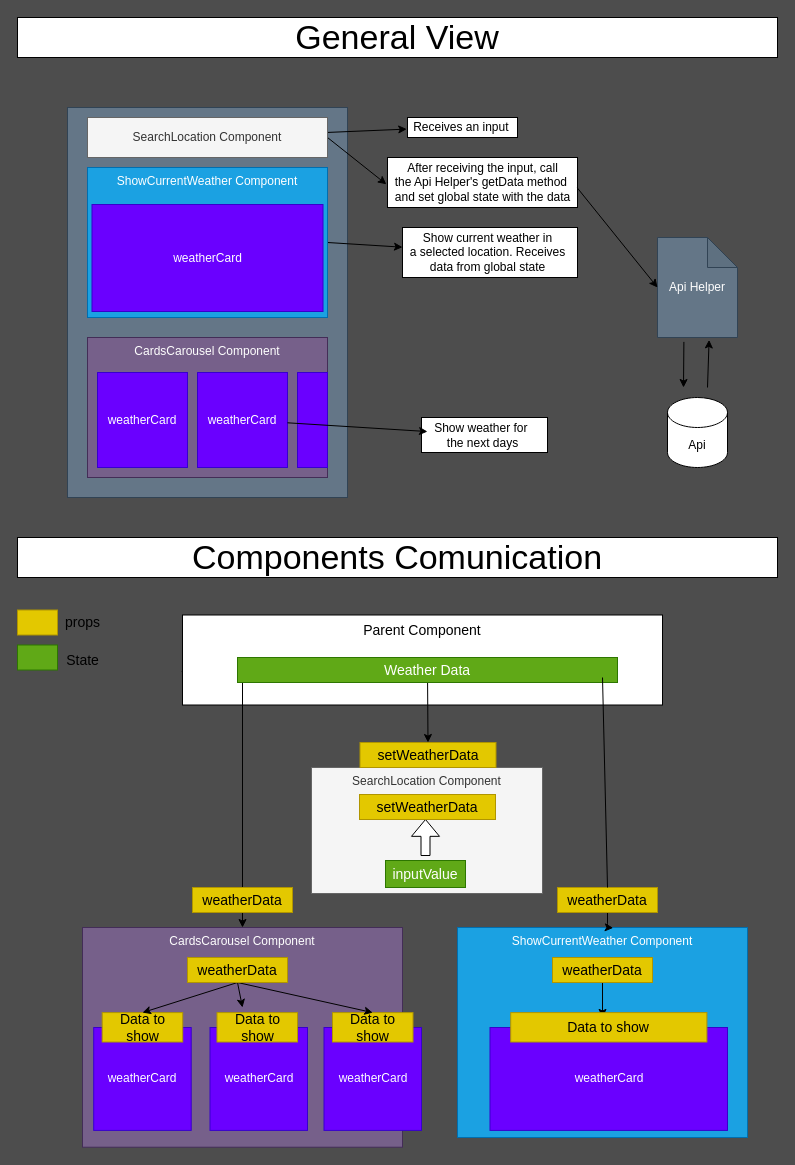
FelipeAnony/weather.io keeps this draw.io diagram as documentation/flowchart.drawio. Above is the earlier version. Source tidied: cells renumbered, new cells numbered last; positions are measured from the earlier drawing's top-left corner, leaving out a move shared by most shapes. Both pictures are drawn from the tidied source at 100%, with x=0, y=0 at pixel (17, 17).
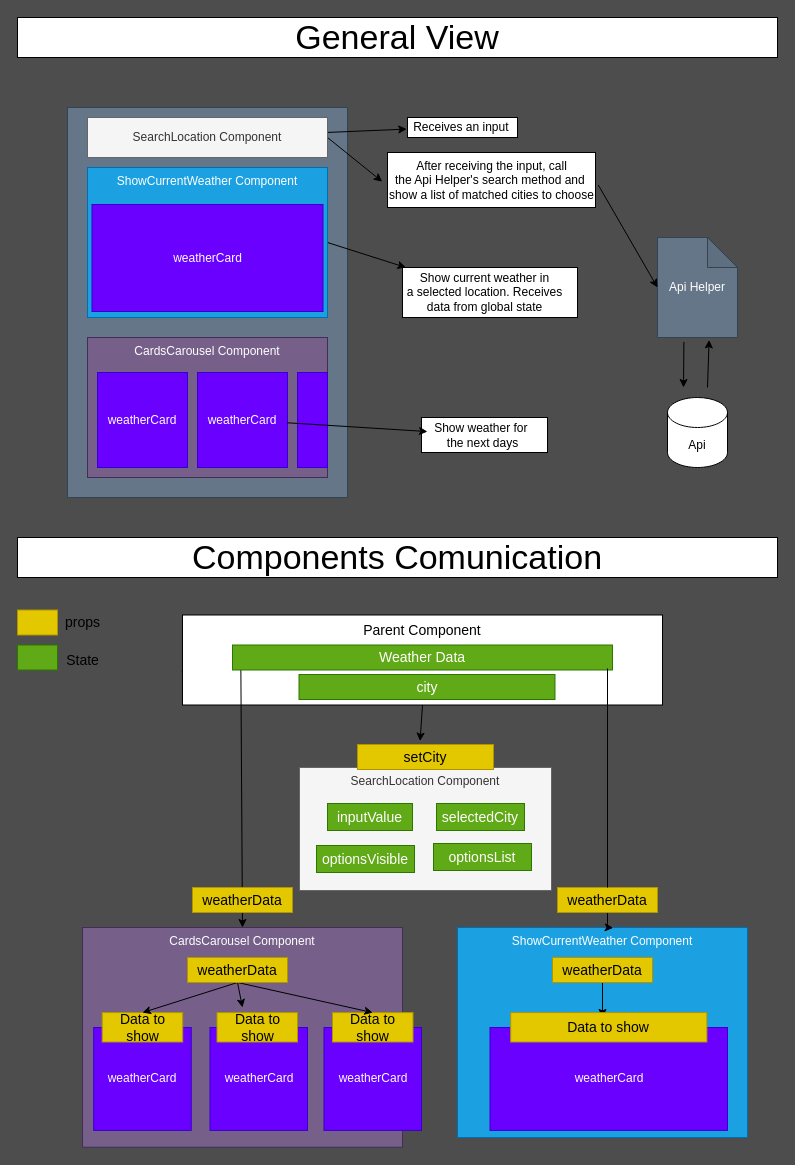
After the change.

The change refers to these unchanged cells:
```xml
<mxCell id="35" value="Parent Component" style="rounded=0;whiteSpace=wrap;html=1;fontSize=14;verticalAlign=top;" parent="1" vertex="1">
  <mxGeometry x="165" y="597.5" width="480" height="90" as="geometry" />
</mxCell>
<mxCell id="41" value="CardsCarousel Component" style="rounded=0;whiteSpace=wrap;html=1;verticalAlign=top;fillColor=#76608a;fontColor=#ffffff;strokeColor=#432D57;" parent="1" vertex="1">
  <mxGeometry x="65" y="910" width="320" height="219.7" as="geometry" />
</mxCell>
<mxCell id="60" value="weatherData" style="rounded=0;whiteSpace=wrap;html=1;fontSize=14;fillColor=#e3c800;fontColor=#000000;strokeColor=#B09500;" parent="1" vertex="1">
  <mxGeometry x="540" y="870" width="100" height="25" as="geometry" />
</mxCell>
```

What changed in the source:
```diff
@@
     <mxCell id="3" style="rounded=0;whiteSpace=wrap;html=1;" parent="1" vertex="1">
-      <mxGeometry x="385" y="210" width="175" height="50" as="geometry" />
+      <mxGeometry x="385" y="250" width="175" height="50" as="geometry" />
     </mxCell>
@@
     <mxCell id="5" style="rounded=0;whiteSpace=wrap;html=1;" parent="1" vertex="1">
-      <mxGeometry x="370" y="140" width="190" height="50" as="geometry" />
+      <mxGeometry x="370" y="135" width="208" height="55" as="geometry" />
     </mxCell>
@@
     <mxCell id="19" value="Show current weather in &lt;br&gt;a selected&amp;nbsp;location. Receives&lt;br&gt;data from global state" style="text;html=1;align=center;verticalAlign=middle;points=[];strokeColor=none;fillColor=none;" parent="1" vertex="1">
-      <mxGeometry x="385" y="210" width="170" height="50" as="geometry" />
+      <mxGeometry x="382" y="250" width="170" height="50" as="geometry" />
     </mxCell>
@@
-    <mxCell id="23" value="After receiving the input, call &lt;br&gt;the Api Helper's getData method&amp;nbsp;&lt;br&gt;and set global state with the data" style="text;html=1;align=center;verticalAlign=middle;points=[];strokeColor=none;fillColor=none;" parent="1" vertex="1">
-      <mxGeometry x="370" y="140" width="190" height="50" as="geometry" />
+    <mxCell id="23" value="After receiving the input, call &lt;br&gt;the Api Helper's search method and&amp;nbsp;&lt;br&gt;show a list of matched cities to choose" style="text;html=1;align=center;verticalAlign=middle;points=[];strokeColor=none;fillColor=none;" parent="1" vertex="1">
+      <mxGeometry x="366" y="139.5" width="215" height="46" as="geometry" />
     </mxCell>
@@
     <mxCell id="28" value="SearchLocation Component" style="rounded=0;whiteSpace=wrap;html=1;fillColor=#f5f5f5;strokeColor=#666666;fontColor=#333333;horizontal=1;verticalAlign=top;" parent="1" vertex="1">
-      <mxGeometry x="294" y="750" width="231" height="126" as="geometry" />
+      <mxGeometry x="282" y="750" width="252" height="123" as="geometry" />
     </mxCell>
@@
-    <mxCell id="37" style="edgeStyle=none;html=1;entryX=0.5;entryY=0;entryDx=0;entryDy=0;fontSize=14;" parent="1" edge="1" target="41">
-      <mxGeometry relative="1" as="geometry">
-        <mxPoint x="225" y="660" as="sourcePoint" />
-      </mxGeometry>
+    <mxCell id="37" style="edgeStyle=none;html=1;entryX=0.5;entryY=0;entryDx=0;entryDy=0;fontSize=14;exitX=0.022;exitY=0.98;exitDx=0;exitDy=0;exitPerimeter=0;" parent="1" edge="1" source="39" target="41">
+      <mxGeometry relative="1" as="geometry" />
     </mxCell>
-    <mxCell id="38" style="edgeStyle=none;html=1;entryX=0.5;entryY=0;entryDx=0;entryDy=0;" parent="1" edge="1" source="39" target="57">
+    <mxCell id="38" style="edgeStyle=none;html=1;exitX=0.5;exitY=1;exitDx=0;exitDy=0;entryX=0.46;entryY=-0.136;entryDx=0;entryDy=0;entryPerimeter=0;" parent="1" edge="1" source="35" target="57">
       <mxGeometry relative="1" as="geometry" />
     </mxCell>
     <mxCell id="39" value="Weather Data" style="rounded=0;whiteSpace=wrap;html=1;fontSize=14;fillColor=#60a917;strokeColor=#2D7600;fontColor=#ffffff;" parent="1" vertex="1">
-      <mxGeometry x="220" y="640" width="380" height="25" as="geometry" />
+      <mxGeometry x="215" y="627.5" width="380" height="25" as="geometry" />
     </mxCell>
     <mxCell id="40" value="inputValue" style="rounded=0;whiteSpace=wrap;html=1;fontSize=14;fillColor=#60a917;strokeColor=#2D7600;fontColor=#ffffff;" parent="1" vertex="1">
-      <mxGeometry x="368" y="843" width="80" height="27" as="geometry" />
+      <mxGeometry x="310" y="786" width="85" height="27" as="geometry" />
     </mxCell>
@@
-    <mxCell id="57" value="setWeatherData" style="rounded=0;whiteSpace=wrap;html=1;fontSize=14;fillColor=#e3c800;fontColor=#000000;strokeColor=#B09500;" parent="1" vertex="1">
-      <mxGeometry x="342.5" y="725" width="136" height="25" as="geometry" />
+    <mxCell id="57" value="setCity" style="rounded=0;whiteSpace=wrap;html=1;fontSize=14;fillColor=#e3c800;fontColor=#000000;strokeColor=#B09500;" parent="1" vertex="1">
+      <mxGeometry x="340" y="727" width="136" height="25" as="geometry" />
     </mxCell>
-    <mxCell id="58" style="shape=singleArrow;whiteSpace=wrap;html=1;arrowWidth=0.32142857142857145;arrowSize=0.467742919921875;rotation=-90;" parent="1" vertex="1">
-      <mxGeometry x="390" y="806" width="36" height="28" as="geometry" />
-    </mxCell>
-    <mxCell id="59" value="setWeatherData" style="rounded=0;whiteSpace=wrap;html=1;fontSize=14;fillColor=#e3c800;fontColor=#000000;strokeColor=#B09500;" parent="1" vertex="1">
-      <mxGeometry x="342" y="777" width="136" height="25" as="geometry" />
-    </mxCell>
@@
     <mxCell id="61" style="edgeStyle=none;html=1;entryX=0.5;entryY=0;entryDx=0;entryDy=0;fontSize=14;endArrow=none;" parent="1" edge="1" target="60">
       <mxGeometry relative="1" as="geometry">
-        <mxPoint x="585" y="660" as="sourcePoint" />
+        <mxPoint x="590" y="651" as="sourcePoint" />
       </mxGeometry>
     </mxCell>
@@
+    <mxCell id="63" value="city" style="rounded=0;whiteSpace=wrap;html=1;fontSize=14;fillColor=#60a917;strokeColor=#2D7600;fontColor=#ffffff;" parent="1" vertex="1">
+      <mxGeometry x="281.5" y="657" width="256" height="25" as="geometry" />
+    </mxCell>
+    <mxCell id="64" value="selectedCity" style="rounded=0;whiteSpace=wrap;html=1;fontSize=14;fillColor=#60a917;strokeColor=#2D7600;fontColor=#ffffff;" parent="1" vertex="1">
+      <mxGeometry x="419" y="786" width="88" height="27" as="geometry" />
+    </mxCell>
+    <mxCell id="65" value="optionsVisible" style="rounded=0;whiteSpace=wrap;html=1;fontSize=14;fillColor=#60a917;strokeColor=#2D7600;fontColor=#ffffff;" parent="1" vertex="1">
+      <mxGeometry x="299" y="828" width="98" height="27" as="geometry" />
+    </mxCell>
+    <mxCell id="66" value="optionsList" style="rounded=0;whiteSpace=wrap;html=1;fontSize=14;fillColor=#60a917;strokeColor=#2D7600;fontColor=#ffffff;" parent="1" vertex="1">
+      <mxGeometry x="416" y="826" width="98" height="27" as="geometry" />
+    </mxCell>
```
